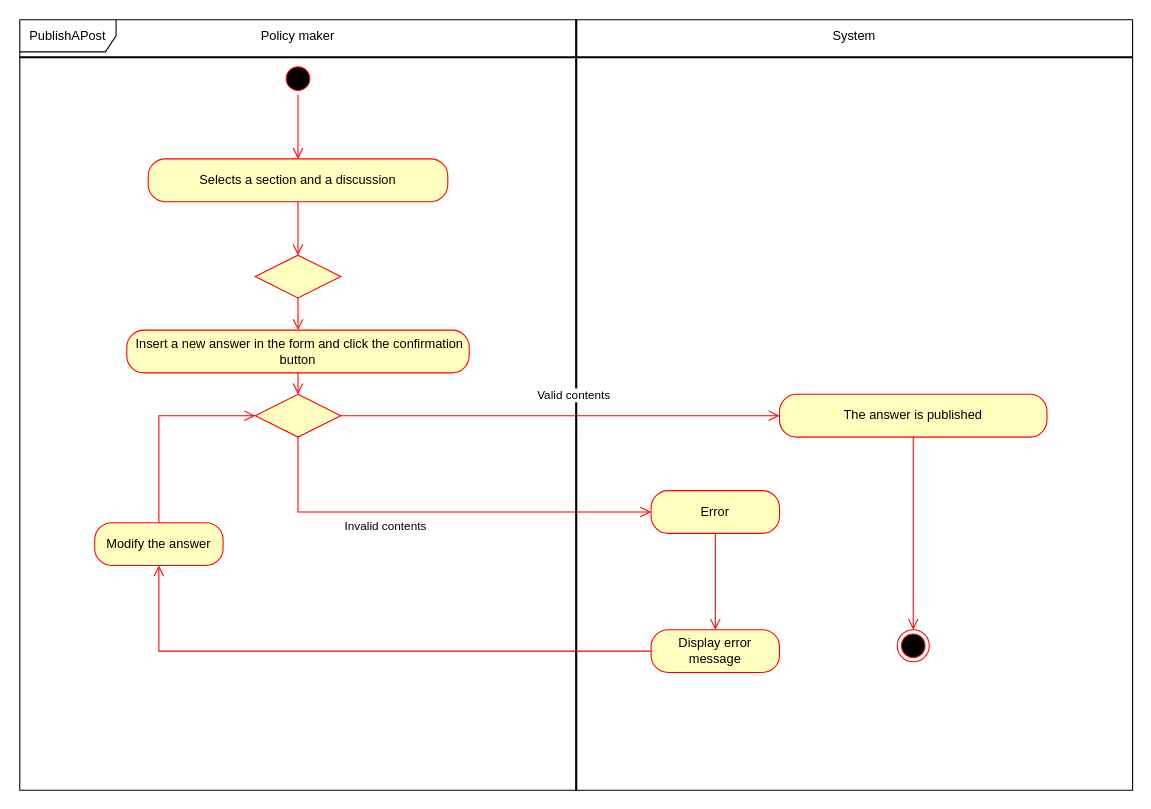
Above: page "PublishAPost" (3 of 6) of PolicyMaker.drawio in matteovisotto/SE2-CecchettoSirianiVisotto (draw.io), before the change. Source tidied: cells renumbered, new cells numbered last; positions are measured from the earlier drawing's top-left corner, leaving out a move shared by most shapes. Both pictures are drawn from the tidied source at 107%, with x=0, y=0 at pixel (19, 19).
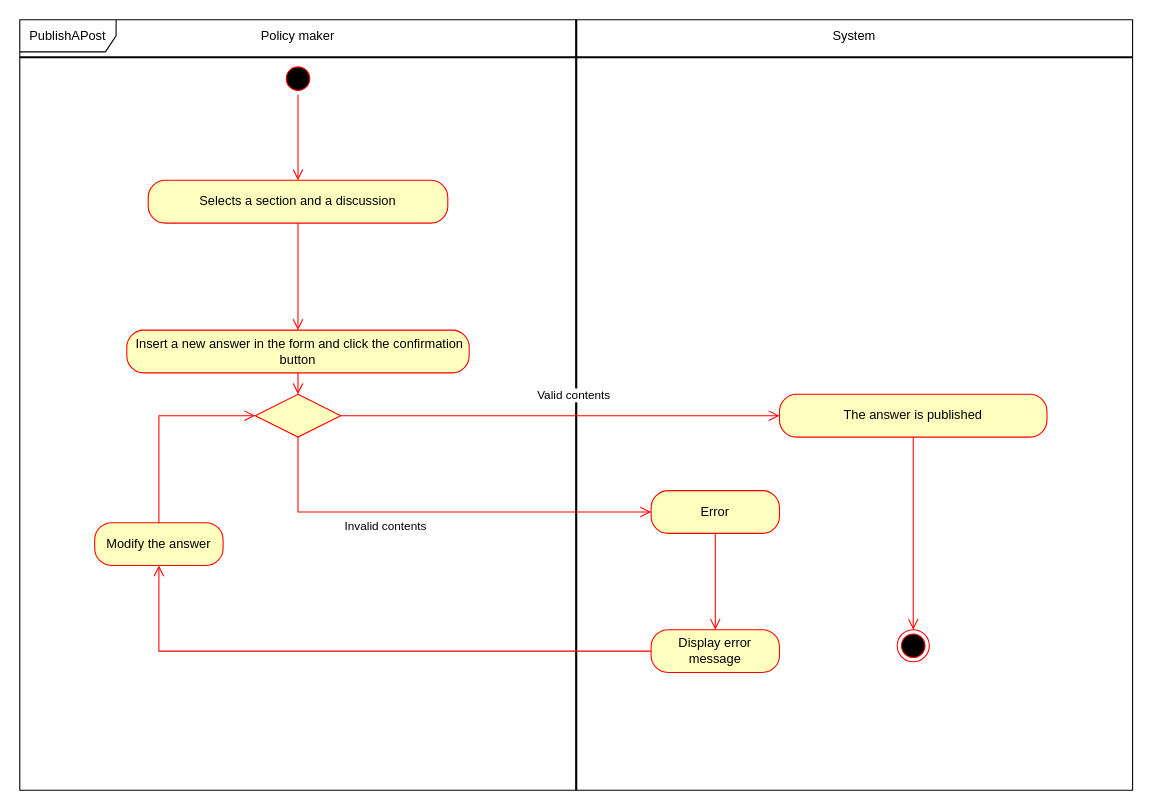
The same page after the edit.

Unchanged cells that the change refers to:
```xml
<mxCell id="8" value="&amp;nbsp;Insert a new answer in the form and click the confirmation button" style="rounded=1;whiteSpace=wrap;html=1;arcSize=40;fontColor=#000000;fillColor=#ffffc0;strokeColor=#ff0000;" parent="1" vertex="1">
  <mxGeometry x="100" y="290" width="320" height="40" as="geometry" />
</mxCell>
```

Change to the diagram source:
```diff
@@
-    <mxCell id="6" style="rhombus;whiteSpace=wrap;html=1;fillColor=#ffffc0;strokeColor=#ff0000;" parent="1" vertex="1">
-      <mxGeometry x="220" y="220" width="80" height="40" as="geometry" />
-    </mxCell>
-    <mxCell id="7" style="edgeStyle=orthogonalEdgeStyle;html=1;align=left;verticalAlign=top;endArrow=open;endSize=8;strokeColor=#ff0000;rounded=0;" parent="1" edge="1" source="6" target="8">
-      <mxGeometry x="-1" relative="1" as="geometry" />
-    </mxCell>
@@
     <mxCell id="23" value="Selects a section and a discussion" style="rounded=1;whiteSpace=wrap;html=1;arcSize=40;fontColor=#000000;fillColor=#ffffc0;strokeColor=#ff0000;" parent="1" vertex="1">
-      <mxGeometry x="120" y="130" width="280" height="40" as="geometry" />
+      <mxGeometry x="120" y="150" width="280" height="40" as="geometry" />
     </mxCell>
-    <mxCell id="24" style="edgeStyle=orthogonalEdgeStyle;html=1;verticalAlign=bottom;endArrow=open;endSize=8;strokeColor=#ff0000;rounded=0;" parent="1" edge="1" source="23" target="6">
+    <mxCell id="24" style="edgeStyle=orthogonalEdgeStyle;html=1;verticalAlign=bottom;endArrow=open;endSize=8;strokeColor=#ff0000;rounded=0;" parent="1" edge="1" source="23" target="8">
       <mxGeometry relative="1" as="geometry" />
     </mxCell>
```
